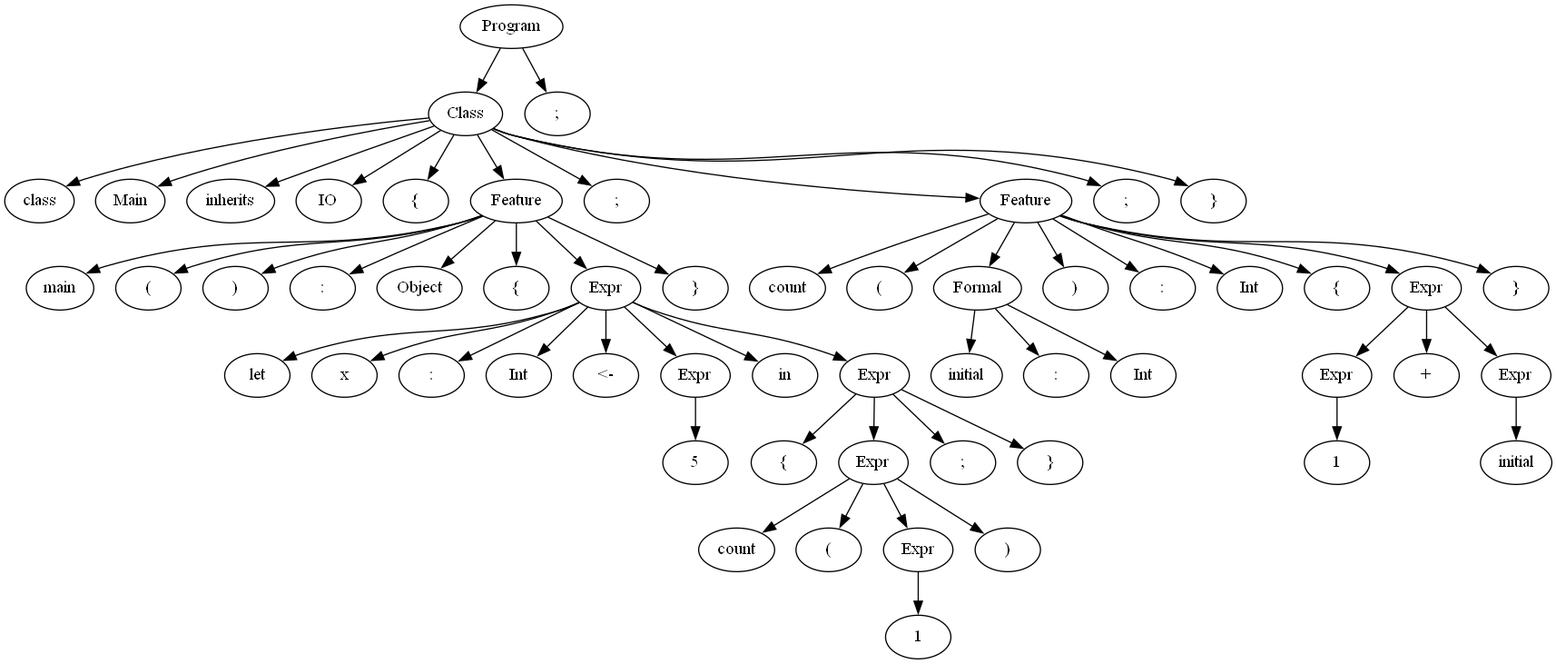
Above: output.gv.png in Manuel-Archila/Proyecto0_CC (Graphviz), before the change. Its source is kept beside it as output.gv.
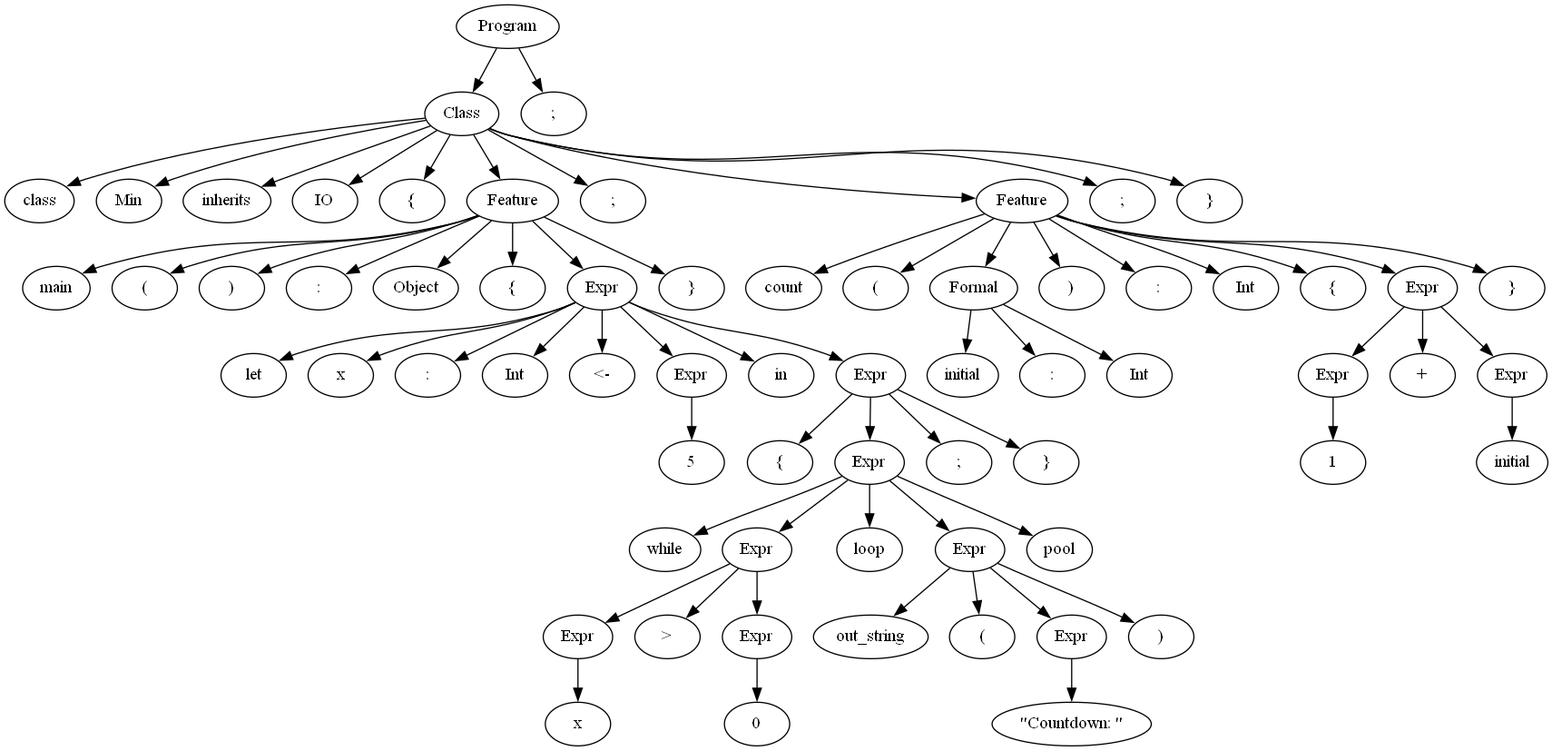
After the change.

Change to the diagram source:
```diff
@@ -5,7 +5,7 @@
 	1 -> 2
 	2 [label=class]
 	1 -> 3
-	3 [label=Main]
+	3 [label=Min]
 	1 -> 4
 	4 [label=inherits]
 	1 -> 5
@@ -51,63 +51,83 @@
 	23 -> 25
 	25 [label=Expr]
 	25 -> 26
-	26 [label=count]
+	26 [label=while]
 	25 -> 27
-	27 [label="("]
-	25 -> 28
+	27 [label=Expr]
+	27 -> 28
 	28 [label=Expr]
 	28 -> 29
-	29 [label=1]
-	25 -> 30
-	30 [label=")"]
-	23 -> 31
-	31 [label=";"]
-	23 -> 32
-	32 [label="}"]
-	7 -> 33
-	33 [label="}"]
-	1 -> 34
-	34 [label=";"]
-	1 -> 35
-	35 [label=Feature]
-	35 -> 36
-	36 [label=count]
-	35 -> 37
-	37 [label="("]
-	35 -> 38
-	38 [label=Formal]
-	38 -> 39
-	39 [label=initial]
-	38 -> 40
-	40 [label=":"]
-	38 -> 41
-	41 [label=Int]
-	35 -> 42
-	42 [label=")"]
-	35 -> 43
-	43 [label=":"]
-	35 -> 44
-	44 [label=Int]
-	35 -> 45
-	45 [label="{"]
-	35 -> 46
-	46 [label=Expr]
-	46 -> 47
-	47 [label=Expr]
-	47 -> 48
-	48 [label=1]
-	46 -> 49
-	49 [label="+"]
-	46 -> 50
-	50 [label=Expr]
-	50 -> 51
-	51 [label=initial]
-	35 -> 52
-	52 [label="}"]
-	1 -> 53
-	53 [label=";"]
-	1 -> 54
-	54 [label="}"]
-	0 -> 55
-	55 [label=";"]
+	29 [label=x]
+	27 -> 30
+	30 [label=">"]
+	27 -> 31
+	31 [label=Expr]
+	31 -> 32
+	32 [label=0]
+	25 -> 33
+	33 [label=loop]
+	25 -> 34
+	34 [label=Expr]
+	34 -> 35
+	35 [label=out_string]
+	34 -> 36
+	36 [label="("]
+	34 -> 37
+	37 [label=Expr]
+	37 -> 38
+	38 [label="\"Countdown: \""]
+	34 -> 39
+	39 [label=")"]
+	25 -> 40
+	40 [label=pool]
+	23 -> 41
+	41 [label=";"]
+	23 -> 42
+	42 [label="}"]
+	7 -> 43
+	43 [label="}"]
+	1 -> 44
+	44 [label=";"]
+	1 -> 45
+	45 [label=Feature]
+	45 -> 46
+	46 [label=count]
+	45 -> 47
+	47 [label="("]
+	45 -> 48
+	48 [label=Formal]
+	48 -> 49
+	49 [label=initial]
+	48 -> 50
+	50 [label=":"]
+	48 -> 51
+	51 [label=Int]
+	45 -> 52
+	52 [label=")"]
+	45 -> 53
+	53 [label=":"]
+	45 -> 54
+	54 [label=Int]
+	45 -> 55
+	55 [label="{"]
+	45 -> 56
+	56 [label=Expr]
+	56 -> 57
+	57 [label=Expr]
+	57 -> 58
+	58 [label=1]
+	56 -> 59
+	59 [label="+"]
+	56 -> 60
+	60 [label=Expr]
+	60 -> 61
+	61 [label=initial]
+	45 -> 62
+	62 [label="}"]
+	1 -> 63
+	63 [label=";"]
+	1 -> 64
+	64 [label="}"]
+	0 -> 65
+	65 [label=";"]
 }
```
